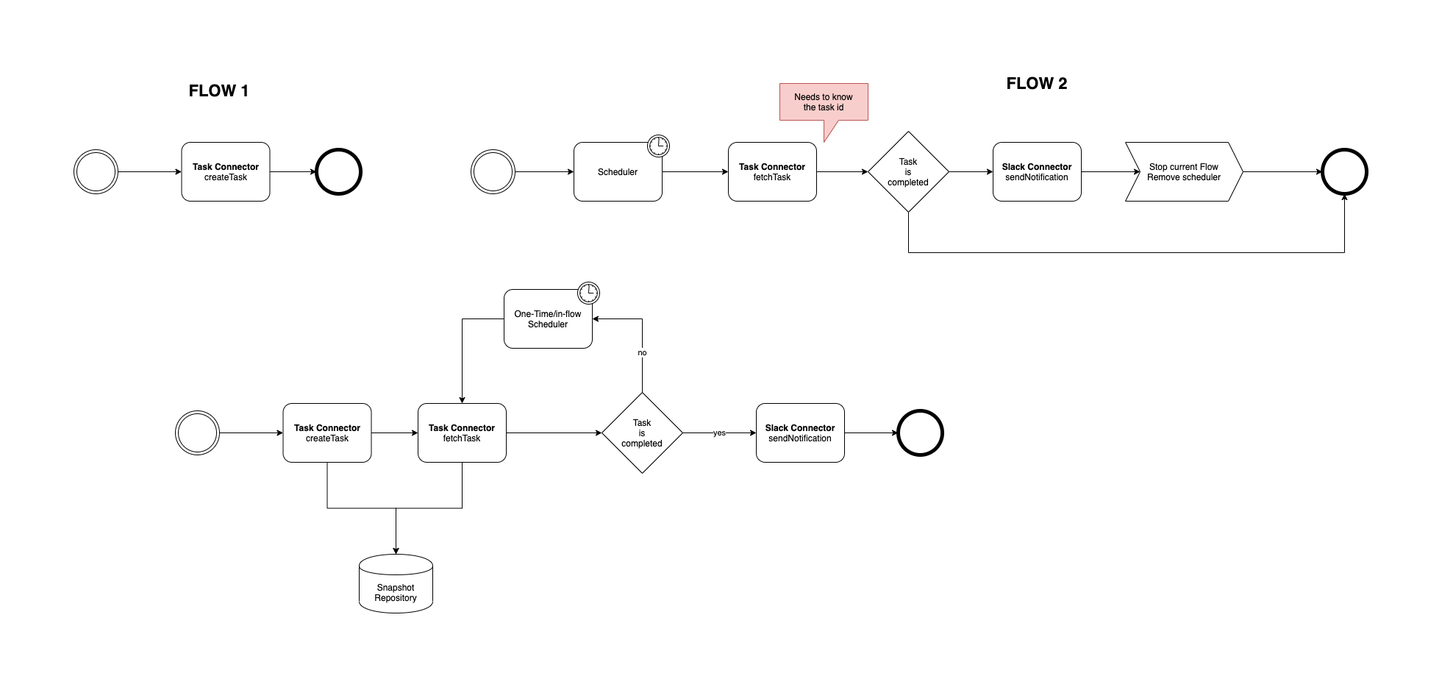
Above: assets/images/Workflow-Repository-2.png in openintegrationhub/openintegrationhub.github.io (draw.io), before the change. Source tidied: cells renumbered, new cells last; positions are measured from the earlier drawing's top-left corner, leaving out a move shared by most shapes.
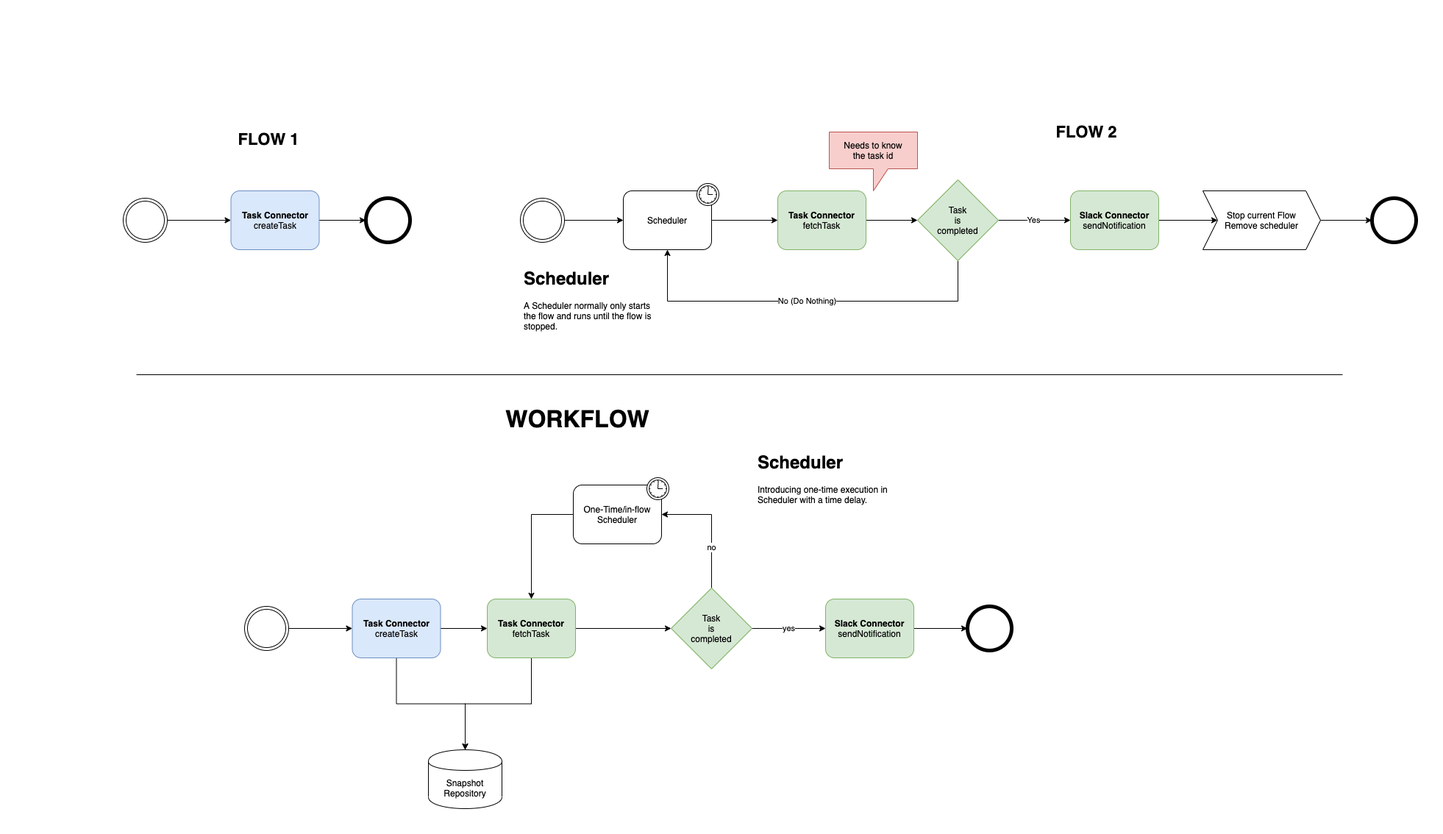
Above is the later version.

Commit message:
Rules Engine documentation

Diff of the diagram source:
```diff
@@ -11,14 +11,14 @@
     <mxCell id="4" style="edgeStyle=orthogonalEdgeStyle;rounded=0;jettySize=auto;html=1;entryX=0;entryY=0.5;entryDx=0;entryDy=0;" parent="1" edge="1" source="5" target="8">
       <mxGeometry relative="1" as="geometry" />
     </mxCell>
-    <mxCell id="5" value="&lt;b&gt;Task Connector&lt;/b&gt;&lt;br&gt;createTask" style="shape=ext;rounded=1;html=1;whiteSpace=wrap;" parent="1" vertex="1">
+    <mxCell id="5" value="&lt;b&gt;Task Connector&lt;/b&gt;&lt;br&gt;createTask" style="shape=ext;rounded=1;html=1;whiteSpace=wrap;fillColor=#dae8fc;strokeColor=#6c8ebf;" parent="1" vertex="1">
       <mxGeometry x="146.5" y="90" width="120" height="80" as="geometry" />
     </mxCell>
     <mxCell id="6" style="edgeStyle=orthogonalEdgeStyle;rounded=0;jettySize=auto;html=1;entryX=0;entryY=0.5;entryDx=0;entryDy=0;" parent="1" edge="1" source="7" target="20">
       <mxGeometry relative="1" as="geometry" />
     </mxCell>
-    <mxCell id="7" value="&lt;b&gt;Slack Connector&lt;/b&gt;&lt;br&gt;sendNotification" style="shape=ext;rounded=1;html=1;whiteSpace=wrap;" parent="1" vertex="1">
-      <mxGeometry x="1250" y="90" width="120" height="80" as="geometry" />
+    <mxCell id="7" value="&lt;b&gt;Slack Connector&lt;/b&gt;&lt;br&gt;sendNotification" style="shape=ext;rounded=1;html=1;whiteSpace=wrap;fillColor=#d5e8d4;strokeColor=#82b366;" parent="1" vertex="1">
+      <mxGeometry x="1288" y="90" width="120" height="80" as="geometry" />
     </mxCell>
     <mxCell id="8" style="shape=ellipse;html=1;dashed=0;whitespace=wrap;strokeWidth=5;perimeter=ellipsePerimeter;" parent="1" vertex="1">
       <mxGeometry x="330" y="100" width="60" height="60" as="geometry" />
@@ -32,21 +32,21 @@
     <mxCell id="11" style="edgeStyle=orthogonalEdgeStyle;rounded=0;jettySize=auto;html=1;entryX=0;entryY=0.5;entryDx=0;entryDy=0;" parent="1" edge="1" source="12" target="15">
       <mxGeometry relative="1" as="geometry" />
     </mxCell>
-    <mxCell id="12" value="&lt;b&gt;Task Connector&lt;/b&gt;&lt;br&gt;fetchTask" style="shape=ext;rounded=1;html=1;whiteSpace=wrap;" parent="1" vertex="1">
+    <mxCell id="12" value="&lt;b&gt;Task Connector&lt;/b&gt;&lt;br&gt;fetchTask" style="shape=ext;rounded=1;html=1;whiteSpace=wrap;fillColor=#d5e8d4;strokeColor=#82b366;" parent="1" vertex="1">
       <mxGeometry x="890" y="90" width="120" height="80" as="geometry" />
     </mxCell>
-    <mxCell id="13" style="edgeStyle=orthogonalEdgeStyle;rounded=0;jettySize=auto;html=1;exitX=1;exitY=0.5;exitDx=0;exitDy=0;" parent="1" edge="1" source="15" target="7">
+    <mxCell id="13" value="Yes" style="edgeStyle=orthogonalEdgeStyle;rounded=0;jettySize=auto;html=1;exitX=1;exitY=0.5;exitDx=0;exitDy=0;" parent="1" edge="1" source="15" target="7">
       <mxGeometry relative="1" as="geometry" />
     </mxCell>
-    <mxCell id="14" style="edgeStyle=orthogonalEdgeStyle;rounded=0;jettySize=auto;html=1;entryX=0.5;entryY=1;entryDx=0;entryDy=0;" parent="1" edge="1" source="15" target="21">
+    <mxCell id="14" value="No (Do Nothing)" style="edgeStyle=orthogonalEdgeStyle;rounded=0;jettySize=auto;html=1;entryX=0.5;entryY=1;entryDx=0;entryDy=0;" parent="1" edge="1" source="15" target="17">
       <mxGeometry relative="1" as="geometry">
         <Array as="points">
           <mxPoint x="1135" y="240" />
-          <mxPoint x="1728" y="240" />
+          <mxPoint x="740" y="240" />
         </Array>
       </mxGeometry>
     </mxCell>
-    <mxCell id="15" value="Task&lt;br&gt;is&lt;br&gt;completed" style="rhombus;whiteSpace=wrap;html=1;" parent="1" vertex="1">
+    <mxCell id="15" value="Task&lt;br&gt;is&lt;br&gt;completed" style="rhombus;whiteSpace=wrap;html=1;fillColor=#d5e8d4;strokeColor=#82b366;" parent="1" vertex="1">
       <mxGeometry x="1080" y="75" width="110" height="110" as="geometry" />
     </mxCell>
     <mxCell id="16" style="edgeStyle=orthogonalEdgeStyle;rounded=0;jettySize=auto;html=1;entryX=0;entryY=0.5;entryDx=0;entryDy=0;" parent="1" edge="1" source="17" target="12">
@@ -64,7 +64,7 @@
       <mxGeometry relative="1" as="geometry" />
     </mxCell>
     <mxCell id="20" value="Stop current Flow&lt;br&gt;Remove scheduler" style="shape=step;perimeter=stepPerimeter;whiteSpace=wrap;html=1;fixedSize=1;" parent="1" vertex="1">
-      <mxGeometry x="1430" y="90" width="160" height="80" as="geometry" />
+      <mxGeometry x="1468" y="90" width="160" height="80" as="geometry" />
     </mxCell>
     <mxCell id="21" style="shape=ellipse;html=1;dashed=0;whitespace=wrap;strokeWidth=5;perimeter=ellipsePerimeter;" parent="1" vertex="1">
       <mxGeometry x="1698" y="100" width="60" height="60" as="geometry" />
@@ -82,24 +82,24 @@
       <mxGeometry relative="1" as="geometry" />
     </mxCell>
     <mxCell id="26" style="ellipse;shape=doubleEllipse;html=1;dashed=0;whitespace=wrap;" parent="1" vertex="1">
-      <mxGeometry x="138" y="455" width="60" height="60" as="geometry" />
+      <mxGeometry x="165" y="655" width="60" height="60" as="geometry" />
     </mxCell>
     <mxCell id="27" style="edgeStyle=orthogonalEdgeStyle;rounded=0;jettySize=auto;html=1;entryX=0;entryY=0.5;entryDx=0;entryDy=0;" parent="1" edge="1" target="34">
       <mxGeometry relative="1" as="geometry">
-        <mxPoint x="338" y="485" as="sourcePoint" />
+        <mxPoint x="365" y="685" as="sourcePoint" />
       </mxGeometry>
     </mxCell>
     <mxCell id="28" style="edgeStyle=orthogonalEdgeStyle;rounded=0;jettySize=auto;html=1;" parent="1" edge="1" source="29" target="42">
       <mxGeometry relative="1" as="geometry" />
     </mxCell>
-    <mxCell id="29" value="&lt;b&gt;Task Connector&lt;/b&gt;&lt;br&gt;createTask" style="shape=ext;rounded=1;html=1;whiteSpace=wrap;" parent="1" vertex="1">
-      <mxGeometry x="284.5" y="445" width="120" height="80" as="geometry" />
+    <mxCell id="29" value="&lt;b&gt;Task Connector&lt;/b&gt;&lt;br&gt;createTask" style="shape=ext;rounded=1;html=1;whiteSpace=wrap;fillColor=#dae8fc;strokeColor=#6c8ebf;" parent="1" vertex="1">
+      <mxGeometry x="311.5" y="645" width="120" height="80" as="geometry" />
     </mxCell>
     <mxCell id="30" style="edgeStyle=orthogonalEdgeStyle;rounded=0;jettySize=auto;html=1;entryX=0;entryY=0.5;entryDx=0;entryDy=0;" parent="1" edge="1" source="31" target="38">
       <mxGeometry relative="1" as="geometry" />
     </mxCell>
-    <mxCell id="31" value="&lt;b&gt;Slack Connector&lt;/b&gt;&lt;br&gt;sendNotification" style="shape=ext;rounded=1;html=1;whiteSpace=wrap;" parent="1" vertex="1">
-      <mxGeometry x="928" y="445" width="120" height="80" as="geometry" />
+    <mxCell id="31" value="&lt;b&gt;Slack Connector&lt;/b&gt;&lt;br&gt;sendNotification" style="shape=ext;rounded=1;html=1;whiteSpace=wrap;fillColor=#d5e8d4;strokeColor=#82b366;" parent="1" vertex="1">
+      <mxGeometry x="955" y="645" width="120" height="80" as="geometry" />
     </mxCell>
     <mxCell id="32" style="edgeStyle=orthogonalEdgeStyle;rounded=0;jettySize=auto;html=1;entryX=0;entryY=0.5;entryDx=0;entryDy=0;" parent="1" edge="1" source="34" target="37">
       <mxGeometry relative="1" as="geometry" />
@@ -107,8 +107,8 @@
     <mxCell id="33" style="edgeStyle=orthogonalEdgeStyle;rounded=0;jettySize=auto;html=1;entryX=0.5;entryY=0;entryDx=0;entryDy=0;" parent="1" edge="1" source="34" target="42">
       <mxGeometry relative="1" as="geometry" />
     </mxCell>
-    <mxCell id="34" value="&lt;b&gt;Task Connector&lt;/b&gt;&lt;br&gt;fetchTask" style="shape=ext;rounded=1;html=1;whiteSpace=wrap;" parent="1" vertex="1">
-      <mxGeometry x="468" y="445" width="120" height="80" as="geometry" />
+    <mxCell id="34" value="&lt;b&gt;Task Connector&lt;/b&gt;&lt;br&gt;fetchTask" style="shape=ext;rounded=1;html=1;whiteSpace=wrap;fillColor=#d5e8d4;strokeColor=#82b366;" parent="1" vertex="1">
+      <mxGeometry x="495" y="645" width="120" height="80" as="geometry" />
     </mxCell>
     <mxCell id="35" value="yes" style="edgeStyle=orthogonalEdgeStyle;rounded=0;jettySize=auto;html=1;exitX=1;exitY=0.5;exitDx=0;exitDy=0;" parent="1" edge="1" source="37" target="31">
       <mxGeometry relative="1" as="geometry" />
@@ -116,17 +116,17 @@
     <mxCell id="36" value="no" style="edgeStyle=orthogonalEdgeStyle;rounded=0;jettySize=auto;html=1;entryX=1;entryY=0.5;entryDx=0;entryDy=0;exitX=0.5;exitY=0;exitDx=0;exitDy=0;" parent="1" edge="1" source="37" target="40">
       <mxGeometry x="-0.35" relative="1" as="geometry" />
     </mxCell>
-    <mxCell id="37" value="Task&lt;br&gt;is&lt;br&gt;completed" style="rhombus;whiteSpace=wrap;html=1;" parent="1" vertex="1">
-      <mxGeometry x="718" y="430" width="110" height="110" as="geometry" />
+    <mxCell id="37" value="Task&lt;br&gt;is&lt;br&gt;completed" style="rhombus;whiteSpace=wrap;html=1;fillColor=#d5e8d4;strokeColor=#82b366;" parent="1" vertex="1">
+      <mxGeometry x="745" y="630" width="110" height="110" as="geometry" />
     </mxCell>
     <mxCell id="38" style="shape=ellipse;html=1;dashed=0;whitespace=wrap;strokeWidth=5;perimeter=ellipsePerimeter;" parent="1" vertex="1">
-      <mxGeometry x="1121" y="455" width="60" height="60" as="geometry" />
+      <mxGeometry x="1148" y="655" width="60" height="60" as="geometry" />
     </mxCell>
     <mxCell id="39" style="edgeStyle=orthogonalEdgeStyle;rounded=0;jettySize=auto;html=1;exitX=0;exitY=0.5;exitDx=0;exitDy=0;" parent="1" edge="1" source="40" target="34">
       <mxGeometry relative="1" as="geometry" />
     </mxCell>
     <mxCell id="40" value="One-Time/in-flow&lt;br&gt;Scheduler" style="html=1;whiteSpace=wrap;rounded=1;" parent="1" vertex="1">
-      <mxGeometry x="585" y="290" width="120" height="80" as="geometry" />
+      <mxGeometry x="612" y="490" width="120" height="80" as="geometry" />
     </mxCell>
     <mxCell id="41" style="shape=mxgraph.bpmn.timer_start;perimeter=ellipsePerimeter;html=1;labelPosition=right;align=left;" parent="40" vertex="1">
       <mxGeometry x="1" width="30" height="30" relative="1" as="geometry">
@@ -134,7 +134,22 @@
       </mxGeometry>
     </mxCell>
     <mxCell id="42" value="Snapshot&lt;br&gt;Repository" style="shape=cylinder;whiteSpace=wrap;html=1;boundedLbl=1;backgroundOutline=1;" parent="1" vertex="1">
-      <mxGeometry x="388" y="650" width="100" height="80" as="geometry" />
+      <mxGeometry x="415" y="850" width="100" height="80" as="geometry" />
     </mxCell>
+    <mxCell id="43" value="&lt;b&gt;&lt;font style=&quot;font-size: 32px&quot;&gt;WORKFLOW&lt;/font&gt;&lt;/b&gt;" style="text;html=1;strokeColor=none;fillColor=none;align=center;verticalAlign=middle;whiteSpace=wrap;rounded=0;" parent="1" vertex="1">
+      <mxGeometry x="548" y="390" width="140" height="20" as="geometry" />
+    </mxCell>
+    <mxCell id="44" style="endArrow=none;html=1;" parent="1" edge="1">
+      <mxGeometry relative="1" as="geometry">
+        <mxPoint x="18" y="340" as="sourcePoint" />
+        <mxPoint x="1658" y="340" as="targetPoint" />
+      </mxGeometry>
+    </mxCell>
+    <mxCell id="45" value="&lt;h1&gt;Scheduler&lt;/h1&gt;&lt;p&gt;A Scheduler normally only starts the flow and runs until the flow is stopped.&amp;nbsp;&lt;/p&gt;" style="text;html=1;strokeColor=none;fillColor=none;spacing=5;spacingTop=-20;whiteSpace=wrap;overflow=hidden;rounded=0;" parent="1" vertex="1">
+      <mxGeometry x="540" y="190" width="190" height="120" as="geometry" />
+    </mxCell>
+    <mxCell id="46" value="&lt;h1&gt;Scheduler&lt;/h1&gt;&lt;p&gt;Introducing one-time execution in Scheduler with a time delay.&lt;/p&gt;" style="text;html=1;strokeColor=none;fillColor=none;spacing=5;spacingTop=-20;whiteSpace=wrap;overflow=hidden;rounded=0;" parent="1" vertex="1">
+      <mxGeometry x="858" y="440" width="190" height="120" as="geometry" />
+    </mxCell>
   </root>
 </mxGraphModel>
```
